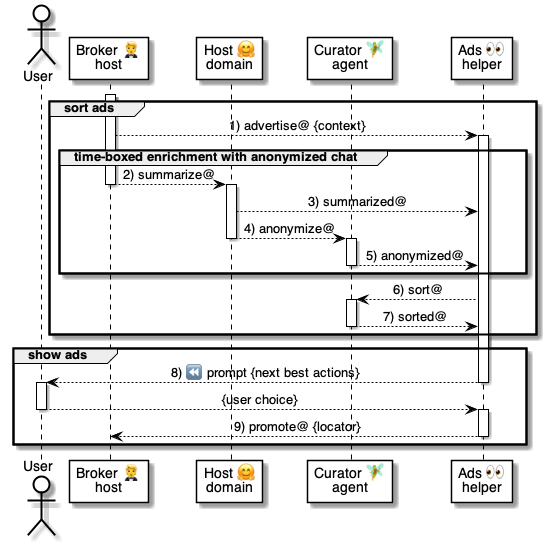
Earlier version of the PlantUML export 5 ⏩ Flows/11 👀⏩ Advertisers/.📎 Assets/⚙️ Advertise.png (pollyweb-org/pollyweb-docs). Its source is kept beside it as 5 ⏩ Flows/11 👀⏩ Advertisers/.📎 Assets/⚙️ Advertise.puml. Its diagram source:
```plantuml
@startuml Goodbye

actor "User" as user
participant "Broker 🤵\nhost" as broker
participant "Host 🤗\ndomain" as host
participant "Curator 🧚\nagent" as curator
participant "Ads 👀\nhelper" as ads


activate broker

group sort ads

    broker --> ads: 1) advertise@ {context}
    activate ads

    group time-boxed enrichment with anonymized chat

        broker --> host: 2) summarize@
        deactivate broker

        activate host
            host --> ads: 3) summarized@
            host --> curator: 4) anonymize@
        deactivate host

        activate curator
            curator --> ads: 5) anonymized@
        deactivate curator

    end group

        ads --> curator: 6) sort@

    activate curator
        curator --> ads: 7) sorted@
    deactivate curator

end group



group show ads

    activate ads
        ads --> user: 8) ⏪ prompt {next best actions}
    deactivate ads

    activate user
        user --> ads: {user choice}
    deactivate user

    activate ads
        ads --> broker: 9) promote@ {locator}
    deactivate ads


end group


@enduml
```
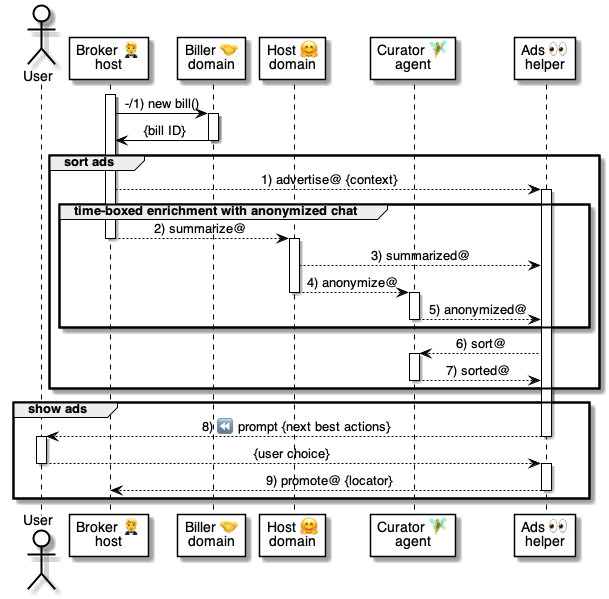
After the change.

Diff of the diagram source:
```diff
@@ -2,12 +2,18 @@
 
 actor "User" as user
 participant "Broker 🤵\nhost" as broker
+participant "Biller 🤝\ndomain" as biller
 participant "Host 🤗\ndomain" as host
 participant "Curator 🧚\nagent" as curator
 participant "Ads 👀\nhelper" as ads
 
 
 activate broker
+
+    broker -> biller: -/1) new bill()
+    activate biller
+        biller -> broker: {bill ID}
+    deactivate biller
 
 group sort ads
 
```
